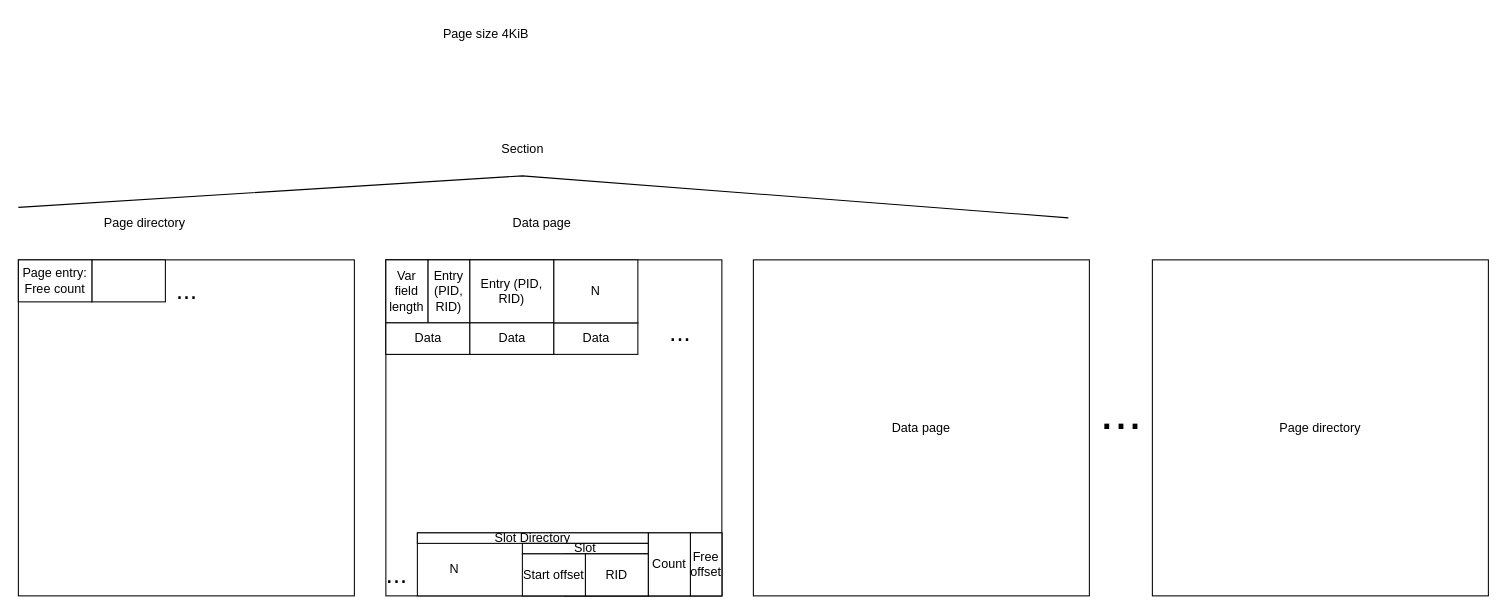
Earlier version of the draw.io diagram diagram.drawio (carloshernandez2/clj-db). Source tidied: cells renumbered, new cells numbered last; positions are measured from the earlier drawing's top-left corner, leaving out a move shared by most shapes. Both pictures are drawn from the tidied source at 105%, with x=0, y=0 at pixel (18, 18).
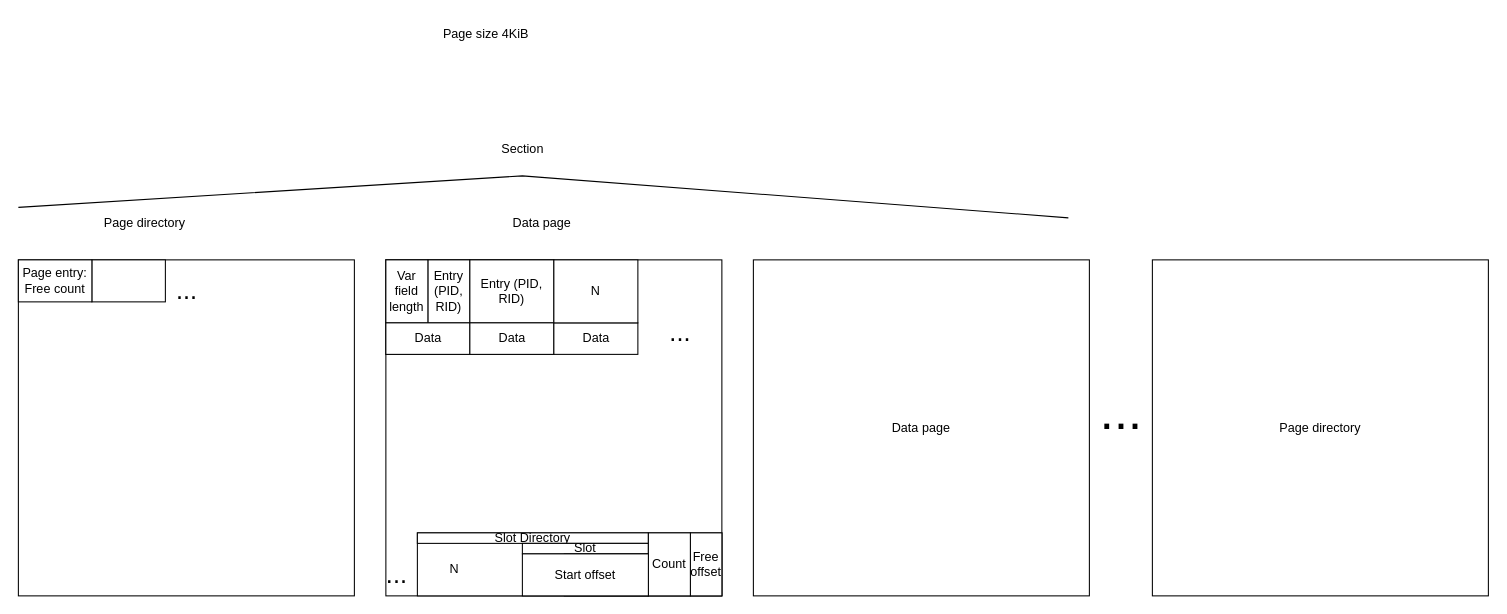
After the change.

What changed in the source:
```diff
@@
-    <mxCell id="16" value="RID" style="rounded=0;whiteSpace=wrap;html=1;" parent="1" vertex="1">
-      <mxGeometry x="540" y="510" width="60" height="40" as="geometry" />
-    </mxCell>
@@
     <mxCell id="30" value="Start offset" style="rounded=0;whiteSpace=wrap;html=1;" parent="1" vertex="1">
-      <mxGeometry x="480" y="510" width="60" height="40" as="geometry" />
+      <mxGeometry x="480" y="510" width="120" height="40" as="geometry" />
     </mxCell>
```
